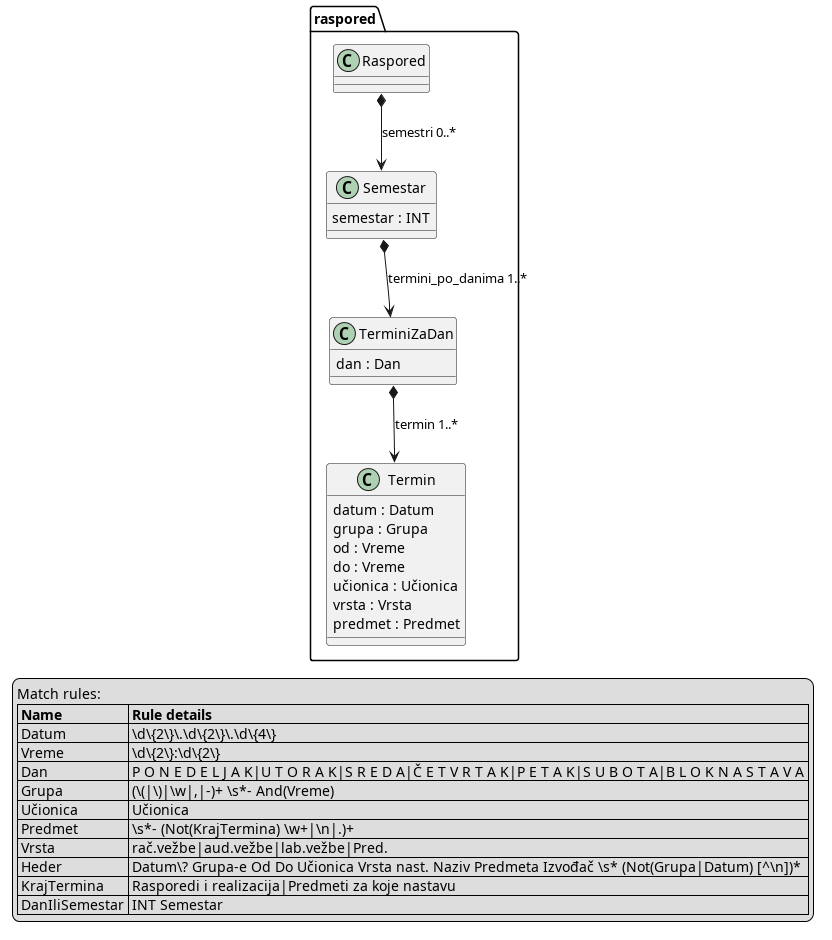
Above: raspored/raspored.png in unsftn/raspored (PlantUML), before the change.
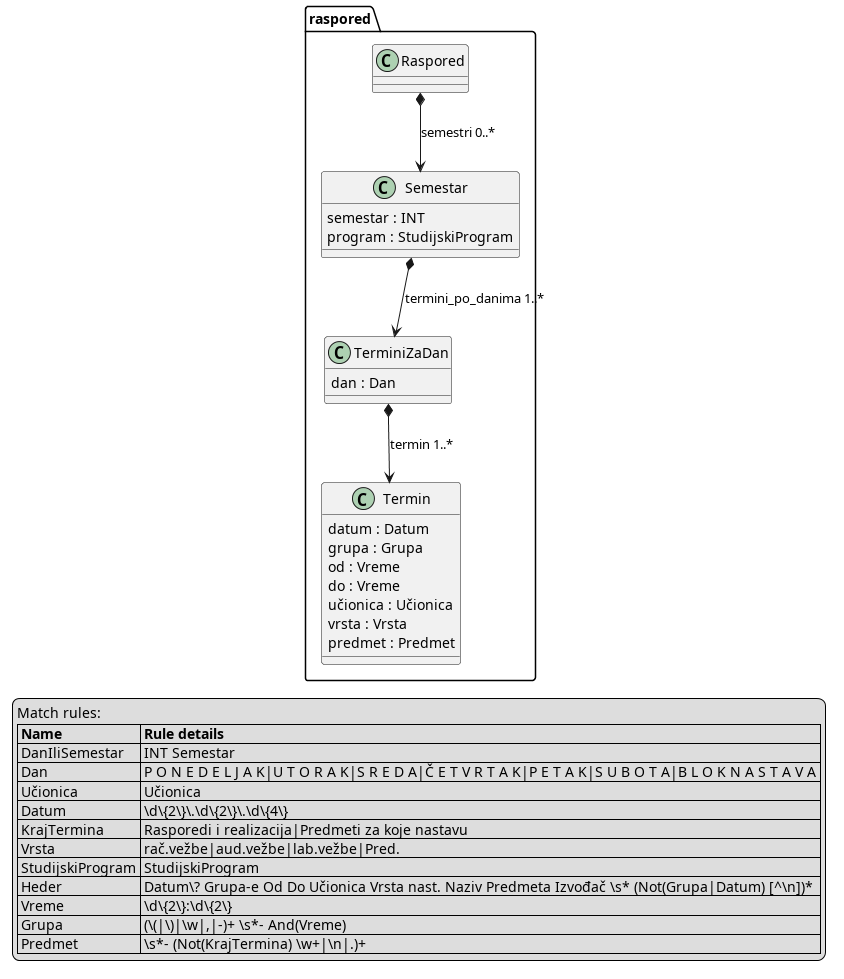
After the commit.

The edit, as a diff of the source:
```diff
@@ -8,6 +8,7 @@
 
 class raspored.Semestar  {
   semestar : INT
+  program : StudijskiProgram
 }
 
 
@@ -34,16 +35,17 @@
 legend
   Match rules:
   |= Name  |= Rule details |
+  | DanIliSemestar | INT Semestar |
+  | Dan | P O N E D E L J A K\|U T O R A K\|S R E D A\|Č E T V R T A K\|P E T A K\|S U B O T A\|B L O K N A S T A V A |
+  | Učionica | Učionica |
   | Datum | \\d\{2\}\\.\\d\{2\}\\.\\d\{4\} |
+  | KrajTermina | Rasporedi i realizacija\|Predmeti za koje nastavu |
+  | Vrsta | rač.vežbe\|aud.vežbe\|lab.vežbe\|Pred. |
+  | StudijskiProgram | StudijskiProgram |
+  | Heder | Datum\? Grupa-e Od Do Učionica Vrsta nast. Naziv Predmeta Izvođač \\s* (Not(Grupa\|Datum) [^\\n])* |
   | Vreme | \\d\{2\}:\\d\{2\} |
-  | Dan | P O N E D E L J A K\|U T O R A K\|S R E D A\|Č E T V R T A K\|P E T A K\|S U B O T A\|B L O K N A S T A V A |
   | Grupa | (\\(\|\\)\|\\w\|,\|-)+ \\s*- And(Vreme) |
-  | Učionica | Učionica |
   | Predmet | \\s*- (Not(KrajTermina) \\w+\|\\n\|.)+ |
-  | Vrsta | rač.vežbe\|aud.vežbe\|lab.vežbe\|Pred. |
-  | Heder | Datum\? Grupa-e Od Do Učionica Vrsta nast. Naziv Predmeta Izvođač \\s* (Not(Grupa\|Datum) [^\\n])* |
-  | KrajTermina | Rasporedi i realizacija\|Predmeti za koje nastavu |
-  | DanIliSemestar | INT Semestar |
 end legend
 
 @enduml
```
